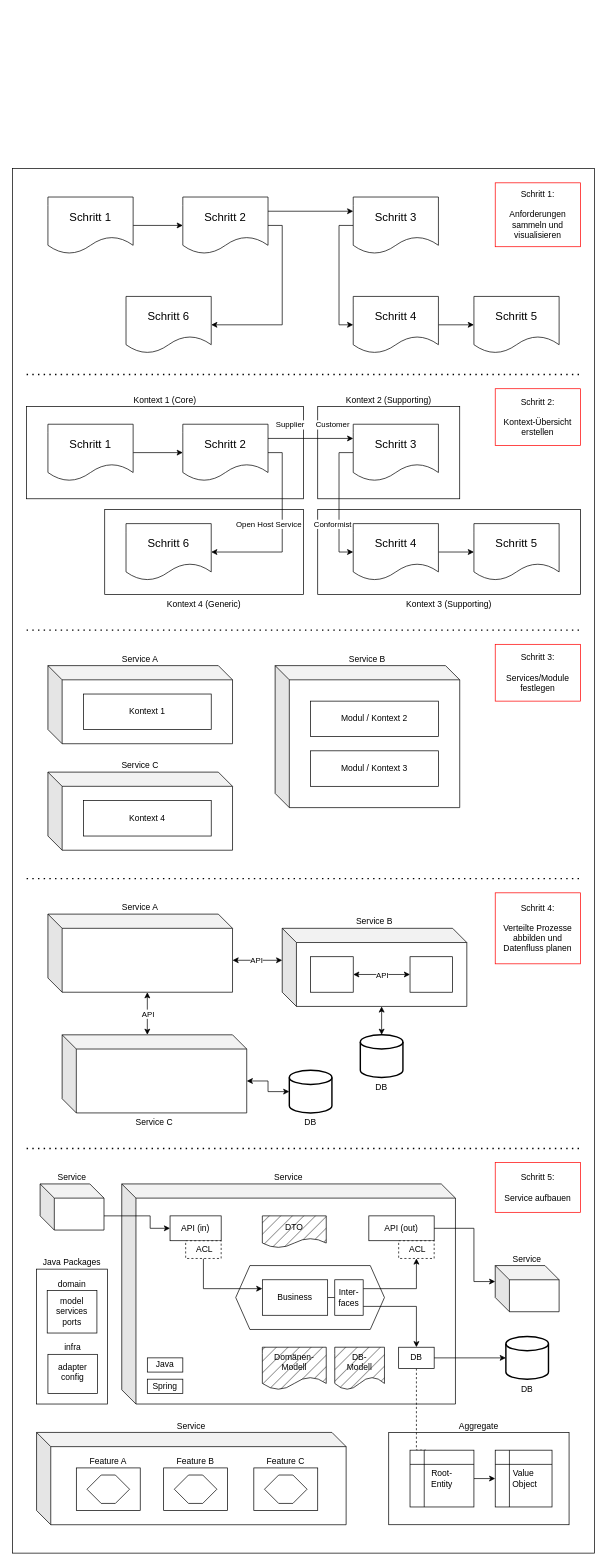
This is images/software-architecture-guide-all-steps.drawio from coc-university/software-architecture-guide, a draw.io file, before an edit. Source tidied: cells renumbered, new cells numbered last; positions are measured from the earlier drawing's top-left corner, leaving out a move shared by most shapes. Both pictures are drawn from the tidied source at 71%, with x=0, y=0 at pixel (12, 168).
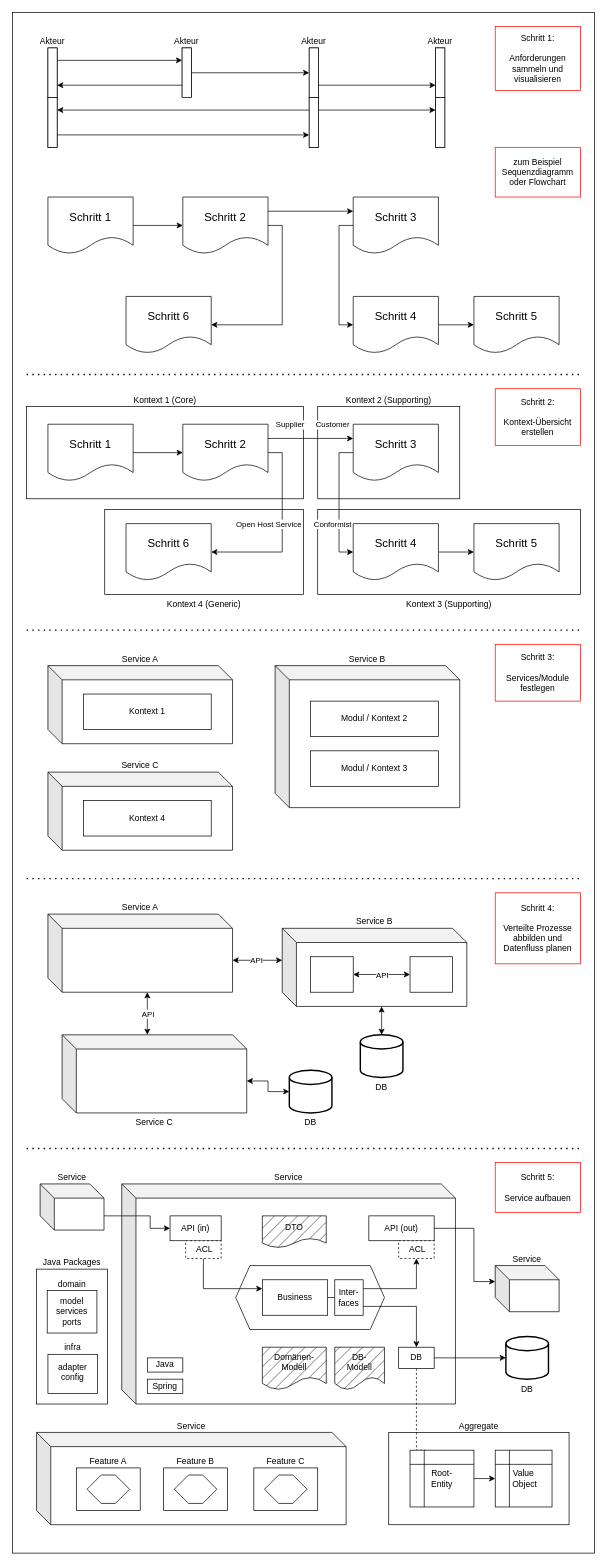
The same page after the edit.

Change to the diagram source:
```diff
@@
     <mxCell id="2" style="rounded=0;whiteSpace=wrap;html=1;" parent="1" vertex="1">
-      <mxGeometry width="820" height="1950" as="geometry" />
+      <mxGeometry y="-220" width="820" height="2170" as="geometry" />
     </mxCell>
@@
     <mxCell id="53" value="&lt;div&gt;Schritt 1:&lt;/div&gt;&lt;div&gt;&lt;br&gt;&lt;/div&gt;Anforderungen sammeln und visualisieren" style="rounded=0;whiteSpace=wrap;html=1;strokeColor=#FF0000;" parent="1" vertex="1">
-      <mxGeometry x="680" y="20" width="120" height="90" as="geometry" />
+      <mxGeometry x="680" y="-200" width="120" height="90" as="geometry" />
     </mxCell>
@@
+    <mxCell id="105" value="&lt;span style=&quot;text-wrap-mode: nowrap;&quot;&gt;Akteur&lt;/span&gt;" style="rounded=0;whiteSpace=wrap;html=1;labelPosition=center;verticalLabelPosition=top;align=center;verticalAlign=bottom;" parent="1" vertex="1">
+      <mxGeometry x="50" y="-170" width="13" height="140" as="geometry" />
+    </mxCell>
+    <mxCell id="106" style="edgeStyle=orthogonalEdgeStyle;rounded=0;jettySize=auto;html=1;exitX=1;exitY=0.25;exitDx=0;exitDy=0;entryX=0;entryY=0.25;entryDx=0;entryDy=0;" parent="1" edge="1" source="107" target="113">
+      <mxGeometry relative="1" as="geometry" />
+    </mxCell>
+    <mxCell id="107" style="rounded=0;whiteSpace=wrap;html=1;labelPosition=center;verticalLabelPosition=top;align=center;verticalAlign=bottom;" parent="1" vertex="1">
+      <mxGeometry x="50" y="-170" width="13" height="70" as="geometry" />
+    </mxCell>
+    <mxCell id="108" style="edgeStyle=orthogonalEdgeStyle;rounded=0;jettySize=auto;html=1;exitX=1;exitY=0.75;exitDx=0;exitDy=0;entryX=0;entryY=0.75;entryDx=0;entryDy=0;" parent="1" edge="1" source="109" target="119">
+      <mxGeometry relative="1" as="geometry" />
+    </mxCell>
+    <mxCell id="109" style="rounded=0;whiteSpace=wrap;html=1;labelPosition=center;verticalLabelPosition=top;align=center;verticalAlign=bottom;" parent="1" vertex="1">
+      <mxGeometry x="50" y="-100" width="13" height="70" as="geometry" />
+    </mxCell>
+    <mxCell id="110" value="&lt;span style=&quot;text-wrap-mode: nowrap;&quot;&gt;Akteur&lt;/span&gt;" style="rounded=0;whiteSpace=wrap;html=1;labelPosition=center;verticalLabelPosition=top;align=center;verticalAlign=bottom;" parent="1" vertex="1">
+      <mxGeometry x="239" y="-170" width="13" height="69" as="geometry" />
+    </mxCell>
+    <mxCell id="111" style="edgeStyle=orthogonalEdgeStyle;rounded=0;jettySize=auto;html=1;exitX=1;exitY=0.5;exitDx=0;exitDy=0;entryX=0;entryY=0.5;entryDx=0;entryDy=0;" parent="1" edge="1" source="113" target="116">
+      <mxGeometry relative="1" as="geometry" />
+    </mxCell>
+    <mxCell id="112" style="edgeStyle=orthogonalEdgeStyle;rounded=0;jettySize=auto;html=1;exitX=0;exitY=0.75;exitDx=0;exitDy=0;entryX=1;entryY=0.75;entryDx=0;entryDy=0;" parent="1" edge="1" source="113" target="107">
+      <mxGeometry relative="1" as="geometry" />
+    </mxCell>
+    <mxCell id="113" style="rounded=0;whiteSpace=wrap;html=1;labelPosition=center;verticalLabelPosition=top;align=center;verticalAlign=bottom;" parent="1" vertex="1">
+      <mxGeometry x="239" y="-170" width="13" height="70" as="geometry" />
+    </mxCell>
+    <mxCell id="114" value="&lt;span style=&quot;text-wrap-mode: nowrap;&quot;&gt;Akteur&lt;/span&gt;" style="rounded=0;whiteSpace=wrap;html=1;labelPosition=center;verticalLabelPosition=top;align=center;verticalAlign=bottom;" parent="1" vertex="1">
+      <mxGeometry x="418" y="-170" width="13" height="140" as="geometry" />
+    </mxCell>
+    <mxCell id="115" style="edgeStyle=orthogonalEdgeStyle;rounded=0;jettySize=auto;html=1;exitX=1;exitY=0.75;exitDx=0;exitDy=0;entryX=0;entryY=0.75;entryDx=0;entryDy=0;" parent="1" edge="1" source="116" target="121">
+      <mxGeometry relative="1" as="geometry" />
+    </mxCell>
+    <mxCell id="116" style="rounded=0;whiteSpace=wrap;html=1;labelPosition=center;verticalLabelPosition=top;align=center;verticalAlign=bottom;" parent="1" vertex="1">
+      <mxGeometry x="418" y="-170" width="13" height="70" as="geometry" />
+    </mxCell>
+    <mxCell id="117" style="edgeStyle=orthogonalEdgeStyle;rounded=0;jettySize=auto;html=1;exitX=1;exitY=0.25;exitDx=0;exitDy=0;entryX=0;entryY=0.25;entryDx=0;entryDy=0;" parent="1" edge="1" source="119" target="122">
+      <mxGeometry relative="1" as="geometry" />
+    </mxCell>
+    <mxCell id="118" style="edgeStyle=orthogonalEdgeStyle;rounded=0;jettySize=auto;html=1;exitX=0;exitY=0.25;exitDx=0;exitDy=0;entryX=1;entryY=0.25;entryDx=0;entryDy=0;" parent="1" edge="1" source="119" target="109">
+      <mxGeometry relative="1" as="geometry" />
+    </mxCell>
+    <mxCell id="119" style="rounded=0;whiteSpace=wrap;html=1;labelPosition=center;verticalLabelPosition=top;align=center;verticalAlign=bottom;" parent="1" vertex="1">
+      <mxGeometry x="418" y="-100" width="13" height="70" as="geometry" />
+    </mxCell>
+    <mxCell id="120" value="&lt;span style=&quot;text-wrap-mode: nowrap;&quot;&gt;Akteur&lt;/span&gt;" style="rounded=0;whiteSpace=wrap;html=1;labelPosition=center;verticalLabelPosition=top;align=center;verticalAlign=bottom;" parent="1" vertex="1">
+      <mxGeometry x="596" y="-170" width="13" height="140" as="geometry" />
+    </mxCell>
+    <mxCell id="121" style="rounded=0;whiteSpace=wrap;html=1;labelPosition=center;verticalLabelPosition=top;align=center;verticalAlign=bottom;" parent="1" vertex="1">
+      <mxGeometry x="596" y="-170" width="13" height="70" as="geometry" />
+    </mxCell>
+    <mxCell id="122" style="rounded=0;whiteSpace=wrap;html=1;labelPosition=center;verticalLabelPosition=top;align=center;verticalAlign=bottom;" parent="1" vertex="1">
+      <mxGeometry x="596" y="-100" width="13" height="70" as="geometry" />
+    </mxCell>
+    <mxCell id="123" value="&lt;div&gt;zum Beispiel&lt;/div&gt;&lt;div&gt;Sequenzdiagramm&lt;br&gt;oder&amp;nbsp;&lt;span style=&quot;background-color: transparent; color: light-dark(rgb(0, 0, 0), rgb(255, 255, 255));&quot;&gt;Flowchart&lt;/span&gt;&lt;/div&gt;" style="rounded=0;whiteSpace=wrap;html=1;strokeColor=#FF0000;" parent="1" vertex="1">
+      <mxGeometry x="680" y="-30" width="120" height="70" as="geometry" />
+    </mxCell>
```
